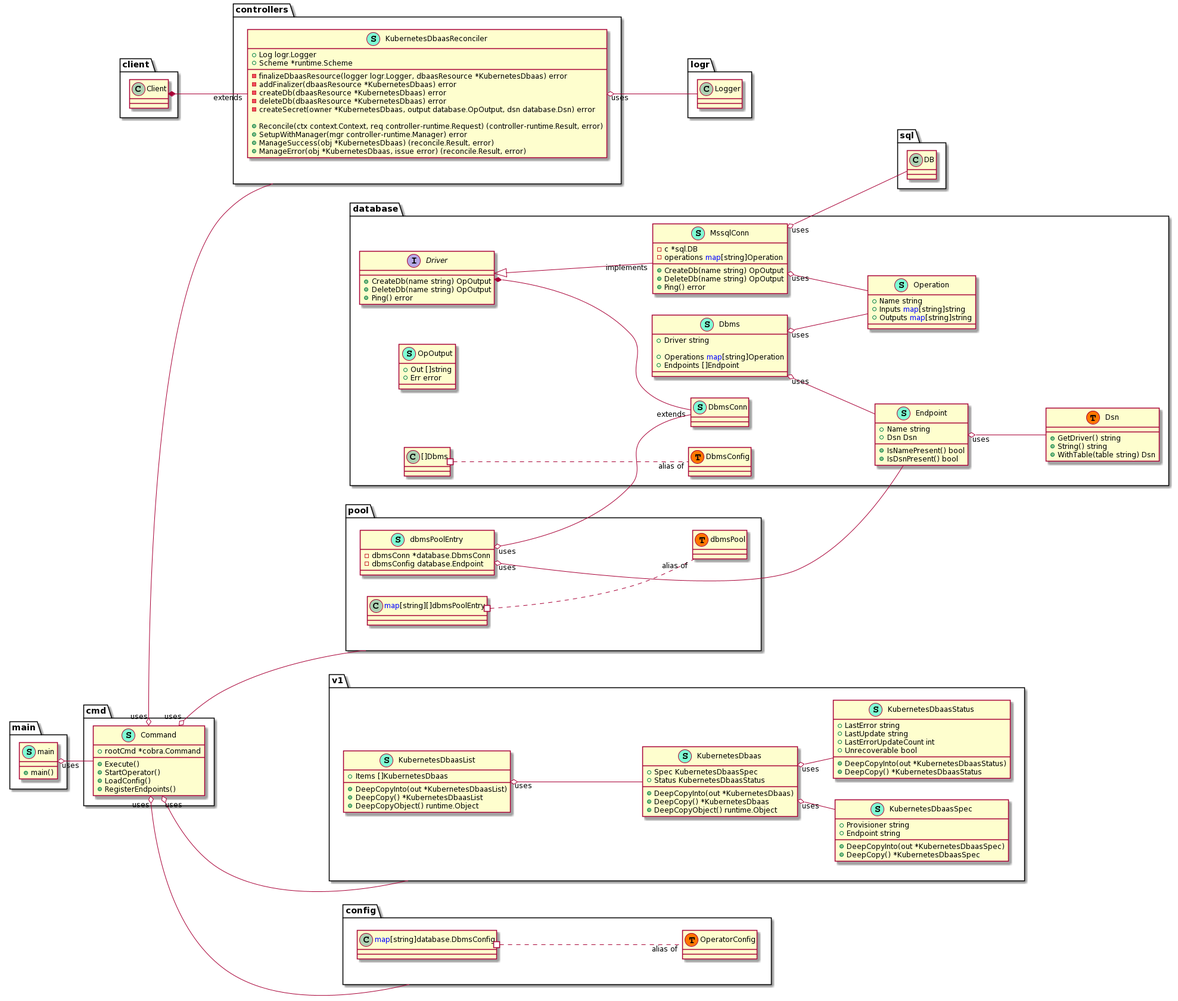
This is docs/resources/system_diag_arch.png from criscola/kubernetes-dbaas, a PlantUML export, as it was before one commit. Source of this version:
```plantuml
@startuml
skinparam linetype ortho
left to right direction
skinparam classArrowFontSize 12
skinparam classAttributeFontSize  12
skinparam linetype linear

namespace config {
    class config.OperatorConfig << (T, #FF7700) >>  {
    }
    class "<font color=blue>map</font>[string]database.DbmsConfig" as fontcolorbluemapfontstringdatabaseDbmsConfig {
    }
}



namespace controllers {
    class KubernetesDbaasReconciler << (S,Aquamarine) >> {
        + Log logr.Logger
        + Scheme *runtime.Scheme

        - finalizeDbaasResource(logger logr.Logger, dbaasResource *KubernetesDbaas) error
        - addFinalizer(dbaasResource *KubernetesDbaas) error
        - createDb(dbaasResource *KubernetesDbaas) error
        - deleteDb(dbaasResource *KubernetesDbaas) error
        - createSecret(owner *KubernetesDbaas, output database.OpOutput, dsn database.Dsn) error

        + Reconcile(ctx context.Context, req controller-runtime.Request) (controller-runtime.Result, error)
        + SetupWithManager(mgr controller-runtime.Manager) error
        + ManageSuccess(obj *KubernetesDbaas) (reconcile.Result, error)
        + ManageError(obj *KubernetesDbaas, issue error) (reconcile.Result, error)

    }
}
"client.Client" *-- "extends""controllers.KubernetesDbaasReconciler"


"controllers.KubernetesDbaasReconciler""uses" o-- "logr.Logger"

namespace database {
    class Dbms << (S,Aquamarine) >> {
        + Driver string

        + Operations <font color=blue>map</font>[string]Operation
        + Endpoints []Endpoint

    }
    class DbmsConn << (S,Aquamarine) >> {
    }
    interface Driver  {
        + CreateDb(name string) OpOutput
        + DeleteDb(name string) OpOutput
        + Ping() error

    }
    class Dsn << (S,Aquamarine) >> {
        + GetDriver() string
        + String() string
        + WithTable(table string) Dsn

    }
    class Endpoint << (S,Aquamarine) >> {
        + Name string
        + Dsn Dsn

        + IsNamePresent() bool
        + IsDsnPresent() bool

    }
    class MssqlConn << (S,Aquamarine) >> {
        - c *sql.DB
        - operations <font color=blue>map</font>[string]Operation

        + CreateDb(name string) OpOutput
        + DeleteDb(name string) OpOutput
        + Ping() error

    }
    class OpOutput << (S,Aquamarine) >> {
        + Out []string
        + Err error

    }
    class Operation << (S,Aquamarine) >> {
        + Name string
        + Inputs <font color=blue>map</font>[string]string
        + Outputs <font color=blue>map</font>[string]string

    }
    class database.DbmsConfig << (T, #FF7700) >>  {
    }
    class database.Dsn << (T, #FF7700) >>  {
    }
}
"database.Driver" *-- "extends""database.DbmsConn"

"database.Driver" <|-- "implements""database.MssqlConn"


"database.Dbms""uses" o-- "database.Endpoint"
"database.Dbms""uses" o-- "database.Operation"
"database.Endpoint""uses" o-- "database.Dsn"
"database.MssqlConn""uses" o-- "database.Operation"
"database.MssqlConn""uses" o-- "sql.DB"

namespace pool {
    class dbmsPoolEntry << (S,Aquamarine) >> {
        - dbmsConn *database.DbmsConn
        - dbmsConfig database.Endpoint

    }
    class pool.dbmsPool << (T, #FF7700) >>  {
    }
}


"pool.dbmsPoolEntry""uses" o-- "database.DbmsConn"
"pool.dbmsPoolEntry""uses" o-- "database.Endpoint"

namespace v1 {
    class KubernetesDbaas << (S,Aquamarine) >> {
        + Spec KubernetesDbaasSpec
        + Status KubernetesDbaasStatus

        + DeepCopyInto(out *KubernetesDbaas)
        + DeepCopy() *KubernetesDbaas
        + DeepCopyObject() runtime.Object

    }
    class KubernetesDbaasList << (S,Aquamarine) >> {
        + Items []KubernetesDbaas

        + DeepCopyInto(out *KubernetesDbaasList)
        + DeepCopy() *KubernetesDbaasList
        + DeepCopyObject() runtime.Object

    }
    class KubernetesDbaasSpec << (S,Aquamarine) >> {
        + Provisioner string
        + Endpoint string

        + DeepCopyInto(out *KubernetesDbaasSpec)
        + DeepCopy() *KubernetesDbaasSpec

    }
    class KubernetesDbaasStatus << (S,Aquamarine) >> {
        + LastError string
        + LastUpdate string
        + LastErrorUpdateCount int
        + Unrecoverable bool

        + DeepCopyInto(out *KubernetesDbaasStatus)
        + DeepCopy() *KubernetesDbaasStatus

    }
}

namespace cmd {
    class Command << (S,Aquamarine) >> {
        + rootCmd *cobra.Command

        + Execute()
        + StartOperator()
        + LoadConfig()
        + RegisterEndpoints()
    }
}

namespace main {
    class main << (S,Aquamarine) >> {
        + main()
    }
}

"main.main""uses" o-- "cmd.Command"
"cmd.Command""uses" o-- "config"
"cmd.Command""uses" o-- "pool"
"cmd.Command""uses" o-- "controllers"
"cmd.Command""uses" o-- "v1"

"v1.KubernetesDbaas""uses" o-- "v1.KubernetesDbaasSpec"
"v1.KubernetesDbaas""uses" o-- "v1.KubernetesDbaasStatus"
"v1.KubernetesDbaasList""uses" o-- "v1.KubernetesDbaas"

"config.fontcolorbluemapfontstringdatabaseDbmsConfig" #.. "alias of""config.OperatorConfig"
"database.[]Dbms" #.. "alias of""database.DbmsConfig"
"pool.<font color=blue>map</font>[string][]dbmsPoolEntry" #.. "alias of""pool.dbmsPool"
@enduml
```
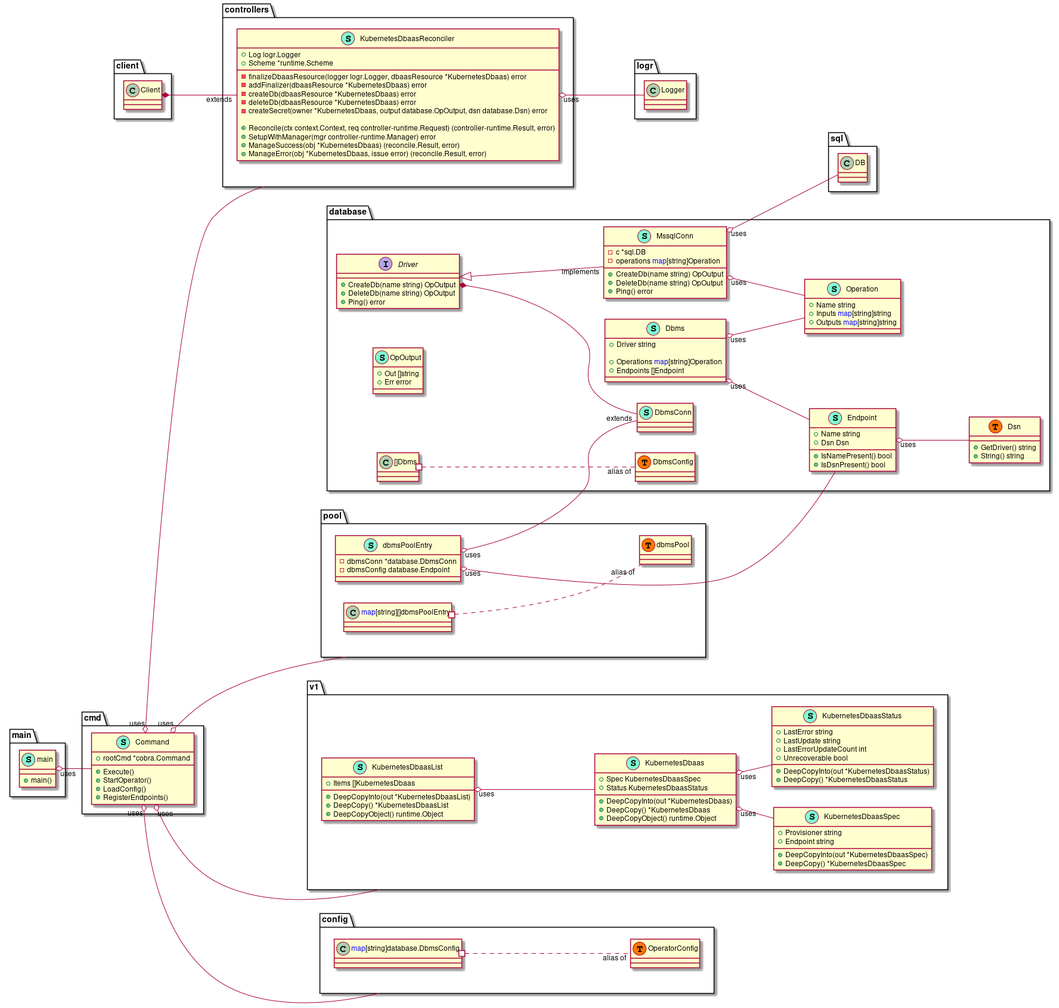
Later version of the same file.

What changed in the source:
```diff
@@ -56,7 +56,6 @@
     class Dsn << (S,Aquamarine) >> {
         + GetDriver() string
         + String() string
-        + WithTable(table string) Dsn
 
     }
     class Endpoint << (S,Aquamarine) >> {
```
